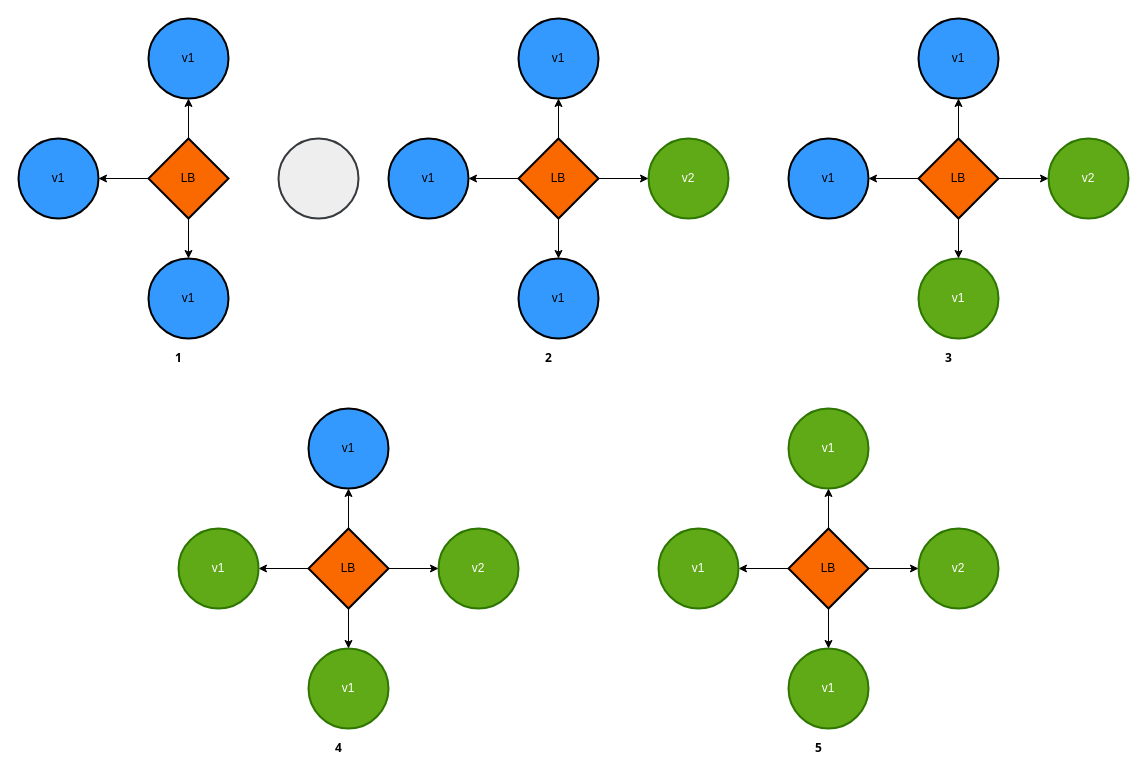
Before: page "Ramped - slow rollout" (3 of 4) of assets/ClusterMaintantence.drawio in aditya109/journey-CKA, a draw.io diagram. Source tidied: cells renumbered, new cells numbered last; positions are measured from the earlier drawing's top-left corner, leaving out a move shared by most shapes. Both pictures are drawn from the tidied source at 100%, with x=0, y=0 at pixel (18, 18).
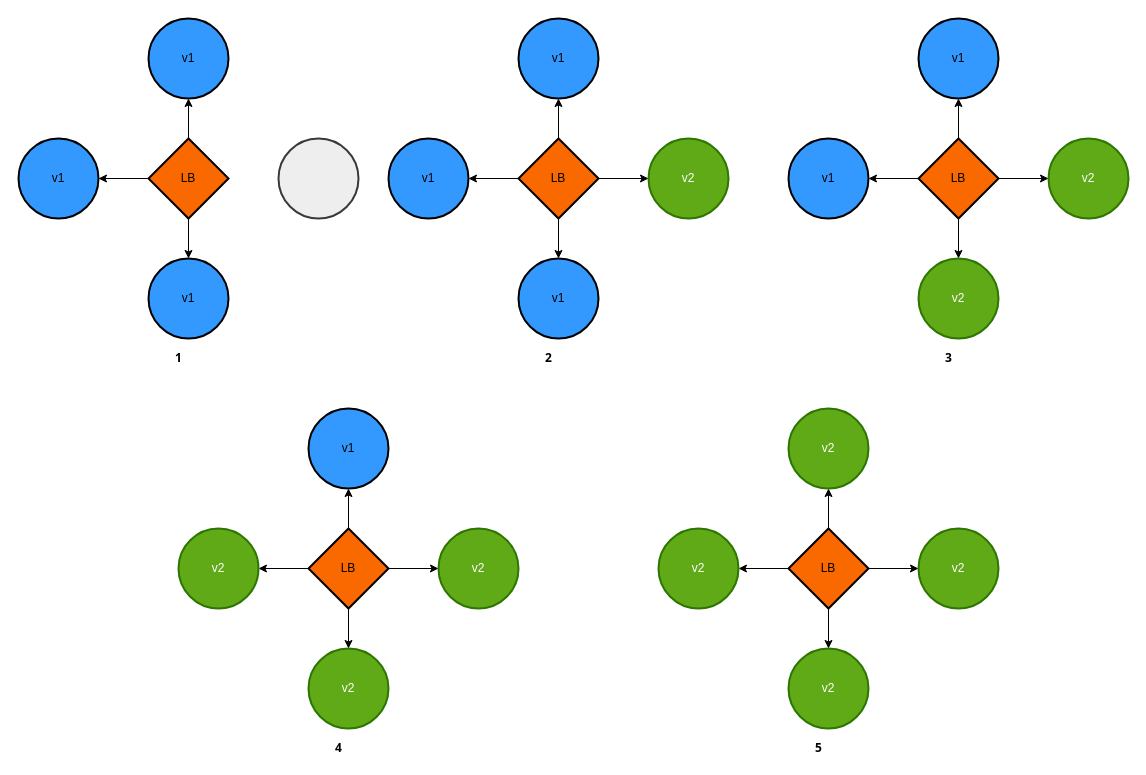
After the change.

Change to the diagram source:
```diff
@@
-    <mxCell id="22" value="v1" style="ellipse;whiteSpace=wrap;html=1;strokeWidth=2;fillColor=#60a917;strokeColor=#2D7600;fontColor=#ffffff;" parent="1" vertex="1">
+    <mxCell id="22" value="v2" style="ellipse;whiteSpace=wrap;html=1;strokeWidth=2;fillColor=#60a917;strokeColor=#2D7600;fontColor=#ffffff;" parent="1" vertex="1">
       <mxGeometry x="900" y="240" width="80" height="80" as="geometry" />
     </mxCell>
@@
-    <mxCell id="31" value="v1" style="ellipse;whiteSpace=wrap;html=1;strokeWidth=2;fillColor=#60a917;strokeColor=#2D7600;fontColor=#ffffff;" parent="1" vertex="1">
+    <mxCell id="31" value="&lt;span&gt;v2&lt;/span&gt;" style="ellipse;whiteSpace=wrap;html=1;strokeWidth=2;fillColor=#60a917;strokeColor=#2D7600;fontColor=#ffffff;" parent="1" vertex="1">
       <mxGeometry x="290" y="630" width="80" height="80" as="geometry" />
     </mxCell>
@@
-    <mxCell id="38" value="v1" style="ellipse;whiteSpace=wrap;html=1;strokeWidth=2;fillColor=#60a917;strokeColor=#2D7600;fontColor=#ffffff;" parent="1" vertex="1">
+    <mxCell id="38" value="v2" style="ellipse;whiteSpace=wrap;html=1;strokeWidth=2;fillColor=#60a917;strokeColor=#2D7600;fontColor=#ffffff;" parent="1" vertex="1">
       <mxGeometry x="770" y="390" width="80" height="80" as="geometry" />
     </mxCell>
@@
-    <mxCell id="40" value="v1" style="ellipse;whiteSpace=wrap;html=1;strokeWidth=2;fillColor=#60a917;strokeColor=#2D7600;fontColor=#ffffff;" parent="1" vertex="1">
+    <mxCell id="40" value="v2" style="ellipse;whiteSpace=wrap;html=1;strokeWidth=2;fillColor=#60a917;strokeColor=#2D7600;fontColor=#ffffff;" parent="1" vertex="1">
       <mxGeometry x="770" y="630" width="80" height="80" as="geometry" />
     </mxCell>
@@
-    <mxCell id="48" value="v1" style="ellipse;whiteSpace=wrap;html=1;strokeWidth=2;fillColor=#60a917;strokeColor=#2D7600;fontColor=#ffffff;" parent="1" vertex="1">
+    <mxCell id="48" value="&lt;span&gt;v2&lt;/span&gt;" style="ellipse;whiteSpace=wrap;html=1;strokeWidth=2;fillColor=#60a917;strokeColor=#2D7600;fontColor=#ffffff;" parent="1" vertex="1">
       <mxGeometry x="160" y="510" width="80" height="80" as="geometry" />
     </mxCell>
@@
-    <mxCell id="50" value="v1" style="ellipse;whiteSpace=wrap;html=1;strokeWidth=2;fillColor=#60a917;strokeColor=#2D7600;fontColor=#ffffff;" parent="1" vertex="1">
+    <mxCell id="50" value="v2" style="ellipse;whiteSpace=wrap;html=1;strokeWidth=2;fillColor=#60a917;strokeColor=#2D7600;fontColor=#ffffff;" parent="1" vertex="1">
       <mxGeometry x="640" y="510" width="80" height="80" as="geometry" />
     </mxCell>
```
